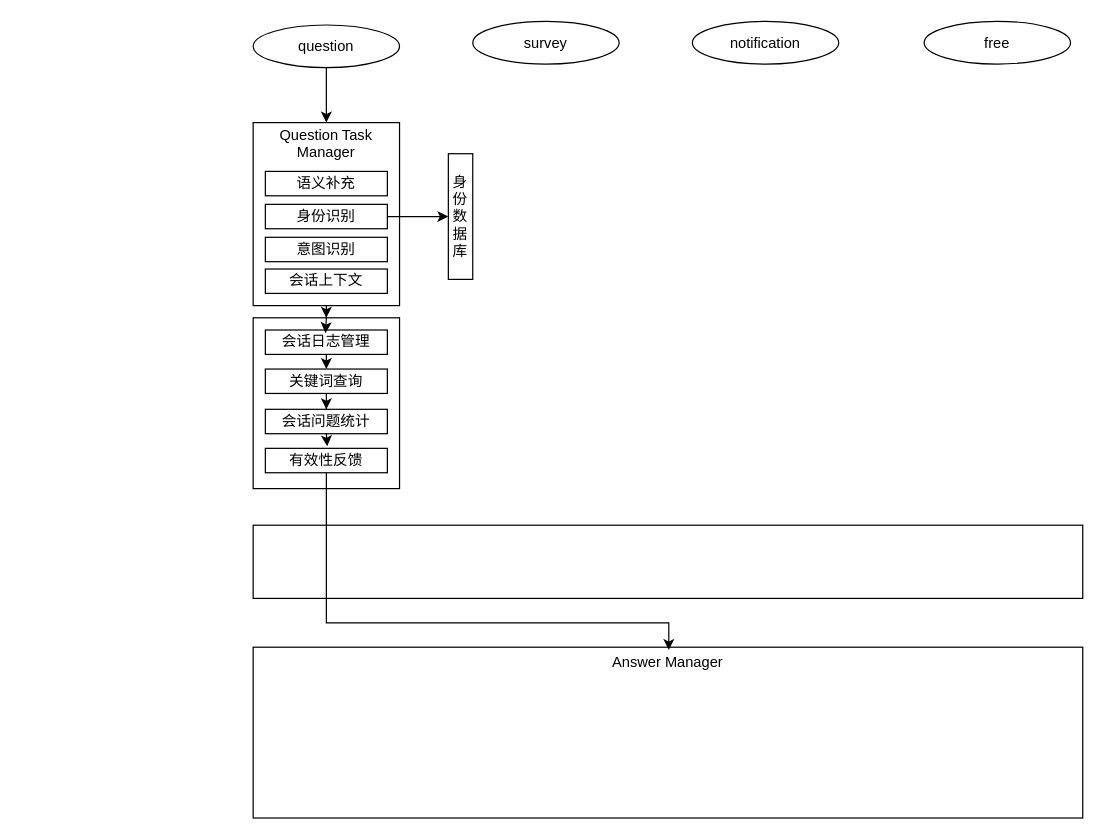
rensx5514/4Muria keeps this draw.io diagram as oceanstorsec.drawio. Above is the earlier version. Source tidied: cells renumbered, new cells numbered last; positions are measured from the earlier drawing's top-left corner, leaving out a move shared by most shapes. Both pictures are drawn from the tidied source at 122%, with x=0, y=0 at pixel (253, 21).
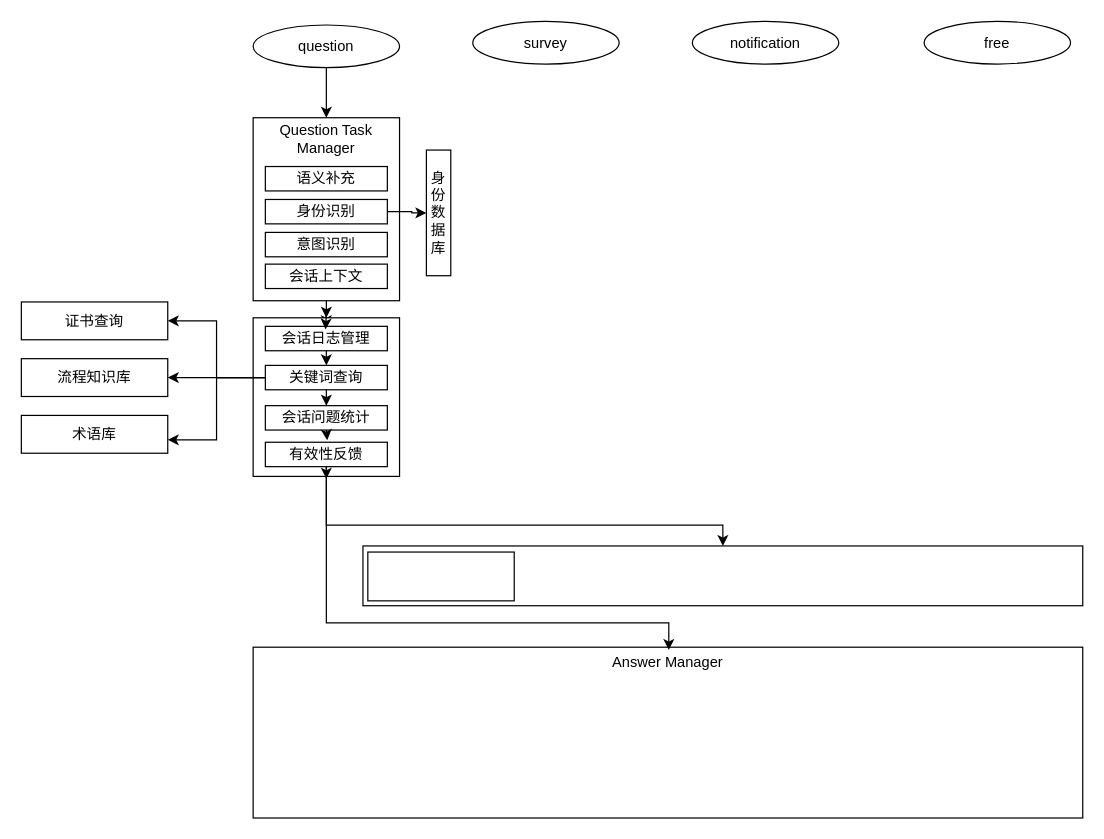
Above is the later version.

Diff of the diagram source:
```diff
@@
     <mxCell id="2" style="rounded=0;whiteSpace=wrap;html=1;" parent="1" vertex="1">
-      <mxGeometry y="413" width="680" height="60" as="geometry" />
+      <mxGeometry x="90" y="430" width="590" height="49" as="geometry" />
     </mxCell>
@@
     <mxCell id="6" value="Question Task Manager&lt;div&gt;&lt;br&gt;&lt;/div&gt;&lt;div&gt;&lt;br&gt;&lt;/div&gt;&lt;div&gt;&lt;br&gt;&lt;/div&gt;&lt;div&gt;&lt;br&gt;&lt;/div&gt;&lt;div&gt;&lt;br&gt;&lt;/div&gt;&lt;div&gt;&lt;br&gt;&lt;/div&gt;&lt;div&gt;&lt;br&gt;&lt;/div&gt;&lt;div&gt;&lt;br&gt;&lt;/div&gt;" style="rounded=0;whiteSpace=wrap;html=1;" parent="1" vertex="1">
-      <mxGeometry y="83" width="120" height="150" as="geometry" />
+      <mxGeometry y="79" width="120" height="150" as="geometry" />
     </mxCell>
     <mxCell id="7" value="语义补充" style="rounded=0;whiteSpace=wrap;html=1;" parent="1" vertex="1">
-      <mxGeometry x="10" y="123" width="100" height="20" as="geometry" />
+      <mxGeometry x="10" y="119" width="100" height="20" as="geometry" />
     </mxCell>
@@
     <mxCell id="9" value="身份识别" style="rounded=0;whiteSpace=wrap;html=1;" parent="1" vertex="1">
-      <mxGeometry x="10" y="150" width="100" height="20" as="geometry" />
+      <mxGeometry x="10" y="146" width="100" height="20" as="geometry" />
     </mxCell>
     <mxCell id="10" value="意图识别" style="rounded=0;whiteSpace=wrap;html=1;" parent="1" vertex="1">
-      <mxGeometry x="10" y="177" width="100" height="20" as="geometry" />
+      <mxGeometry x="10" y="173" width="100" height="20" as="geometry" />
     </mxCell>
     <mxCell id="11" value="会话上下文" style="rounded=0;whiteSpace=wrap;html=1;" parent="1" vertex="1">
-      <mxGeometry x="10" y="203" width="100" height="20" as="geometry" />
+      <mxGeometry x="10" y="199" width="100" height="20" as="geometry" />
     </mxCell>
-    <mxCell id="12" style="edgeStyle=orthogonalEdgeStyle;rounded=0;jettySize=auto;html=1;exitX=0.5;exitY=0;exitDx=0;exitDy=0;entryX=0.5;entryY=0;entryDx=0;entryDy=0;" parent="1" edge="1" source="13" target="15">
-      <mxGeometry relative="1" as="geometry" />
+    <mxCell id="12" style="edgeStyle=orthogonalEdgeStyle;rounded=0;jettySize=auto;html=1;exitX=0.5;exitY=0;exitDx=0;exitDy=0;entryX=0.5;entryY=0;entryDx=0;entryDy=0;" parent="1" edge="1" target="15">
+      <mxGeometry relative="1" as="geometry">
+        <mxPoint x="60" y="240" as="sourcePoint" />
+      </mxGeometry>
     </mxCell>
+    <mxCell id="28" style="edgeStyle=orthogonalEdgeStyle;rounded=0;jettySize=auto;html=1;" parent="1" edge="1" source="13" target="2">
+      <mxGeometry relative="1" as="geometry">
+        <Array as="points">
+          <mxPoint x="60" y="413" />
+          <mxPoint x="385" y="413" />
+        </Array>
+      </mxGeometry>
+    </mxCell>
     <mxCell id="13" style="rounded=0;whiteSpace=wrap;html=1;" parent="1" vertex="1">
-      <mxGeometry y="243" width="120" height="140" as="geometry" />
+      <mxGeometry y="243" width="120" height="130" as="geometry" />
     </mxCell>
@@
     <mxCell id="15" value="会话日志管理" style="rounded=0;whiteSpace=wrap;html=1;" parent="1" vertex="1">
-      <mxGeometry x="10" y="253" width="100" height="20" as="geometry" />
+      <mxGeometry x="10" y="250" width="100" height="20" as="geometry" />
     </mxCell>
@@
+    <mxCell id="29" style="edgeStyle=orthogonalEdgeStyle;rounded=0;jettySize=auto;html=1;exitX=0;exitY=0.5;exitDx=0;exitDy=0;" parent="1" edge="1" source="17" target="32">
+      <mxGeometry relative="1" as="geometry" />
+    </mxCell>
+    <mxCell id="30" style="edgeStyle=orthogonalEdgeStyle;rounded=0;jettySize=auto;html=1;entryX=1;entryY=0.5;entryDx=0;entryDy=0;" parent="1" edge="1" source="17" target="35">
+      <mxGeometry relative="1" as="geometry" />
+    </mxCell>
     <mxCell id="17" value="关键词查询" style="rounded=0;whiteSpace=wrap;html=1;" parent="1" vertex="1">
-      <mxGeometry x="10" y="285" width="100" height="20" as="geometry" />
+      <mxGeometry x="10" y="282" width="100" height="20" as="geometry" />
     </mxCell>
     <mxCell id="18" value="会话问题统计" style="rounded=0;whiteSpace=wrap;html=1;" parent="1" vertex="1">
-      <mxGeometry x="10" y="318" width="100" height="20" as="geometry" />
+      <mxGeometry x="10" y="315" width="100" height="20" as="geometry" />
     </mxCell>
+    <mxCell id="31" style="edgeStyle=orthogonalEdgeStyle;rounded=0;jettySize=auto;html=1;exitX=0.5;exitY=1;exitDx=0;exitDy=0;entryX=0.5;entryY=0;entryDx=0;entryDy=0;" parent="1" edge="1" source="19">
+      <mxGeometry relative="1" as="geometry">
+        <mxPoint x="60" y="375" as="targetPoint" />
+      </mxGeometry>
+    </mxCell>
     <mxCell id="19" value="有效性反馈" style="rounded=0;whiteSpace=wrap;html=1;" parent="1" vertex="1">
-      <mxGeometry x="10" y="350" width="100" height="20" as="geometry" />
+      <mxGeometry x="10" y="345" width="100" height="20" as="geometry" />
     </mxCell>
@@
-    <mxCell id="21" style="edgeStyle=orthogonalEdgeStyle;rounded=0;jettySize=auto;html=1;exitX=0.5;exitY=0;exitDx=0;exitDy=0;entryX=0.493;entryY=0.128;entryDx=0;entryDy=0;entryPerimeter=0;" parent="1" edge="1" source="13" target="15">
-      <mxGeometry relative="1" as="geometry" />
+    <mxCell id="21" style="edgeStyle=orthogonalEdgeStyle;rounded=0;jettySize=auto;html=1;exitX=0.5;exitY=0;exitDx=0;exitDy=0;entryX=0.493;entryY=0.128;entryDx=0;entryDy=0;entryPerimeter=0;" parent="1" edge="1" target="15">
+      <mxGeometry relative="1" as="geometry">
+        <mxPoint x="60" y="240" as="sourcePoint" />
+      </mxGeometry>
     </mxCell>
@@
     <mxCell id="24" value="身份数据库" style="rounded=0;whiteSpace=wrap;html=1;" parent="1" vertex="1">
-      <mxGeometry x="160" y="108.5" width="20" height="103" as="geometry" />
+      <mxGeometry x="142" y="105.5" width="20" height="103" as="geometry" />
     </mxCell>
@@
+    <mxCell id="32" value="流程知识库" style="rounded=0;whiteSpace=wrap;html=1;" parent="1" vertex="1">
+      <mxGeometry x="-190" y="276.5" width="120" height="31" as="geometry" />
+    </mxCell>
+    <mxCell id="33" value="术语库" style="rounded=0;whiteSpace=wrap;html=1;" parent="1" vertex="1">
+      <mxGeometry x="-190" y="323" width="120" height="31" as="geometry" />
+    </mxCell>
+    <mxCell id="34" style="edgeStyle=orthogonalEdgeStyle;rounded=0;jettySize=auto;html=1;entryX=1;entryY=0.645;entryDx=0;entryDy=0;entryPerimeter=0;" parent="1" edge="1" source="17" target="33">
+      <mxGeometry relative="1" as="geometry" />
+    </mxCell>
+    <mxCell id="35" value="证书查询" style="rounded=0;whiteSpace=wrap;html=1;" parent="1" vertex="1">
+      <mxGeometry x="-190" y="230" width="120" height="31" as="geometry" />
+    </mxCell>
+    <mxCell id="36" style="rounded=0;whiteSpace=wrap;html=1;" parent="1" vertex="1">
+      <mxGeometry x="94" y="435" width="120" height="40" as="geometry" />
+    </mxCell>
```
